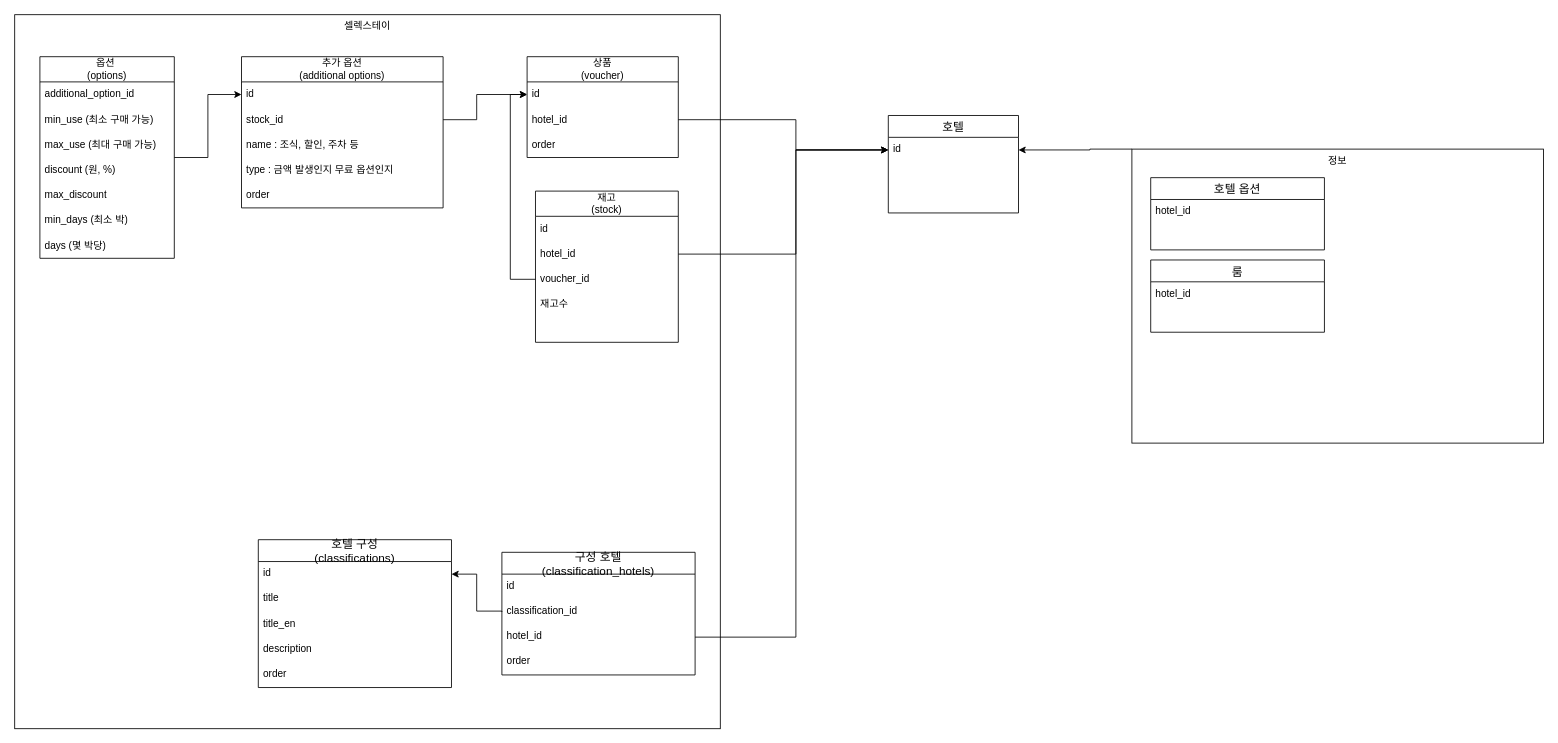
This is 1.drawio from zuiderzee7/draw, a draw.io file, before an edit. Source tidied: cells renumbered, new cells numbered last; positions are measured from the earlier drawing's top-left corner, leaving out a move shared by most shapes. Both pictures are drawn from the tidied source at 84%, with x=0, y=0 at pixel (14, 14).
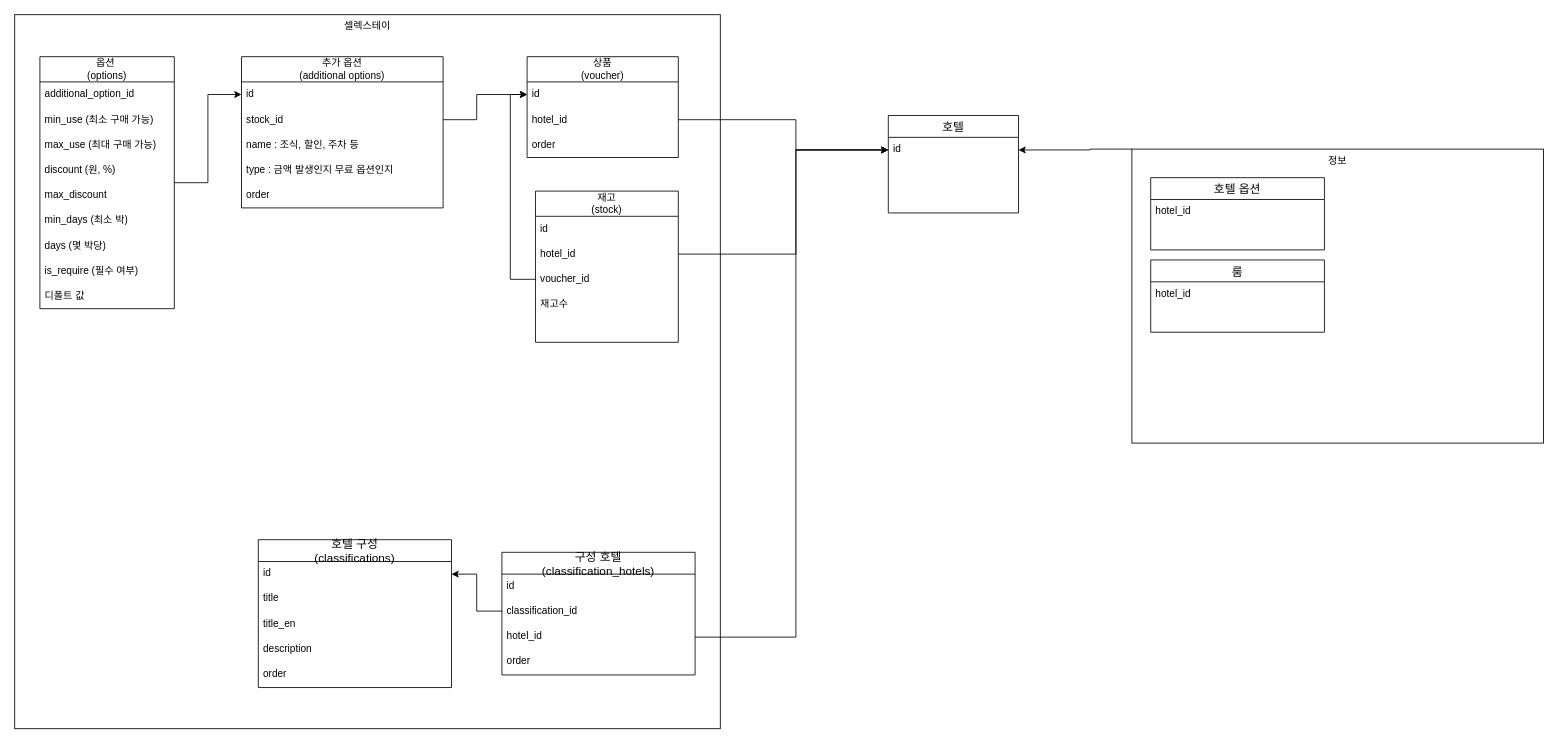
Above is the later version.

The edit, as a diff of the source:
```diff
@@
     <mxCell id="34" value="옵션&amp;nbsp;&lt;br&gt;(options)" style="swimlane;fontStyle=0;horizontal=1;startSize=30;whiteSpace=wrap;html=1;" parent="1" vertex="1">
-      <mxGeometry x="30" y="50" width="160" height="240" as="geometry" />
+      <mxGeometry x="30" y="50" width="160" height="300" as="geometry" />
     </mxCell>
@@
+    <mxCell id="58" value="is_require (필수 여부)" style="text;strokeColor=none;fillColor=none;align=left;verticalAlign=middle;spacingLeft=4;spacingRight=4;overflow=hidden;whiteSpace=wrap;html=1;" parent="34" vertex="1">
+      <mxGeometry y="240" width="160" height="30" as="geometry" />
+    </mxCell>
+    <mxCell id="59" value="디폴트 값" style="text;strokeColor=none;fillColor=none;align=left;verticalAlign=middle;spacingLeft=4;spacingRight=4;overflow=hidden;whiteSpace=wrap;html=1;" parent="34" vertex="1">
+      <mxGeometry y="270" width="160" height="30" as="geometry" />
+    </mxCell>
```
